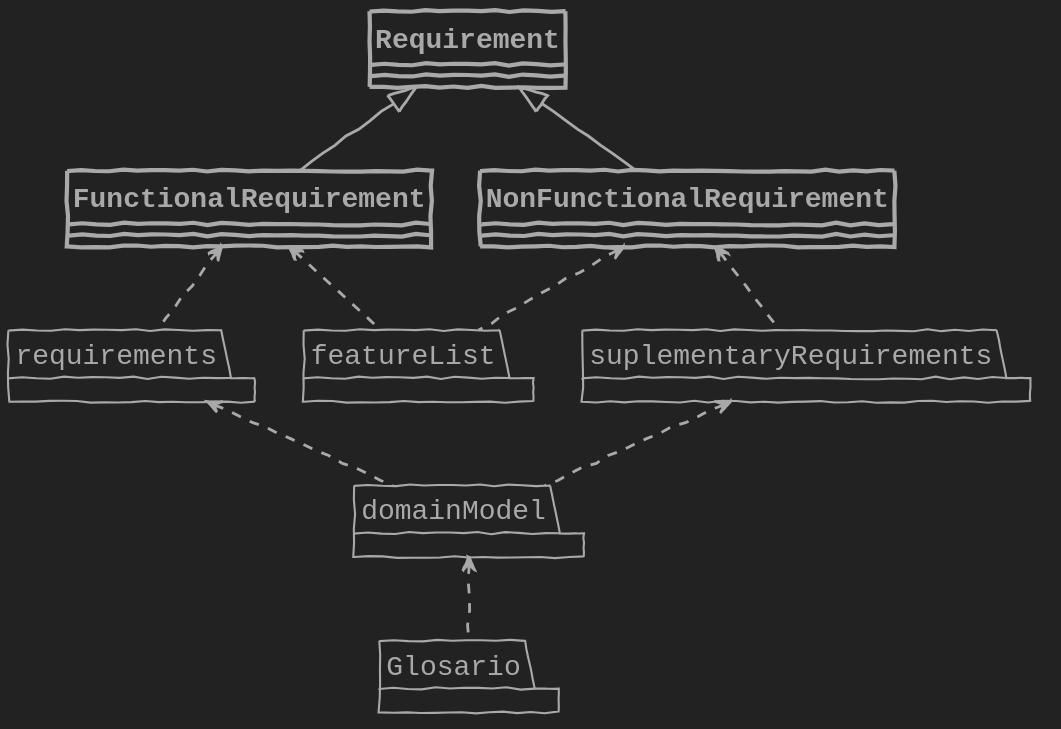
USantaTecla-0-general/3-publicaciones keeps this PlantUML diagram as USantaTecla/5-rup/1-requisitos/images/EncontrarActoresCasosDeUso2.svg. Above is the earlier version.
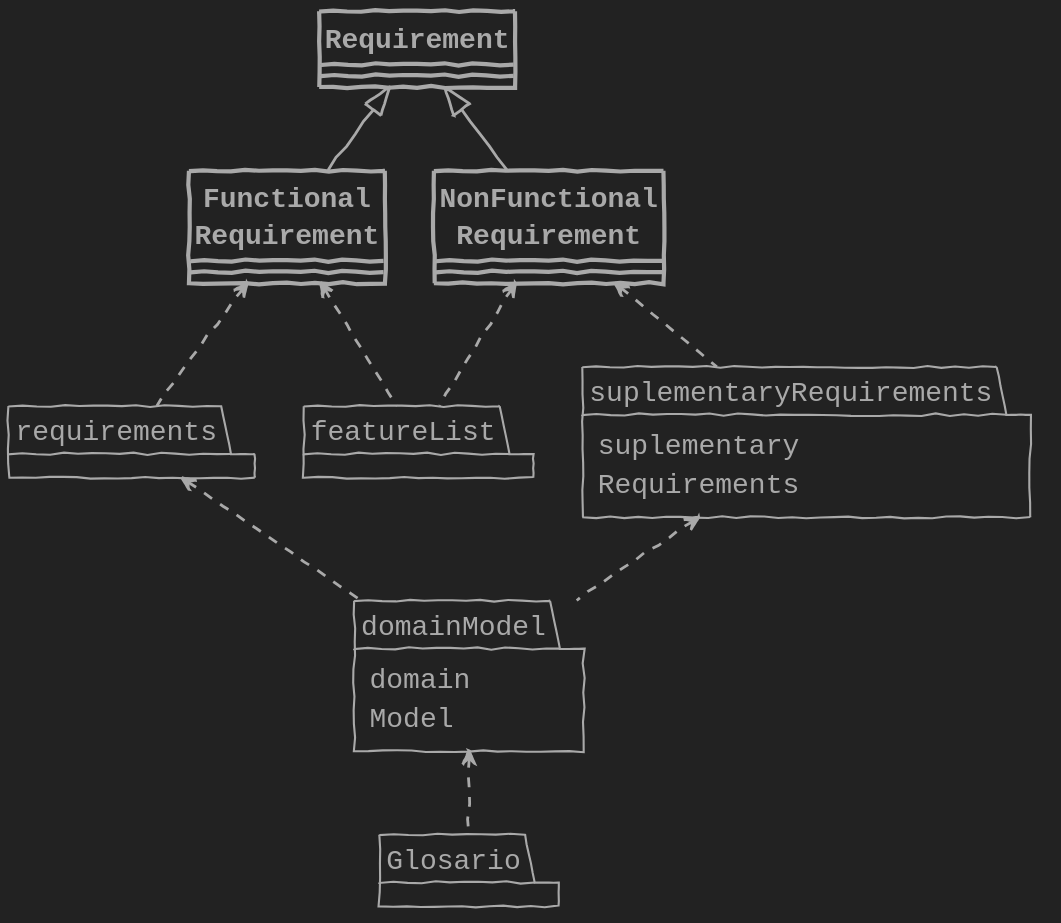
The same file after the commit.

What changed in the source:
```diff
@@ -39,12 +39,12 @@
     FontColor #DarkGrey
 }
 class Requirement
-class FunctionalRequirement
-class NonFunctionalRequirement
+class "Functional\nRequirement" as FunctionalRequirement
+class "NonFunctional\nRequirement" as NonFunctionalRequirement
 package requirements
 package featureList
-package suplementaryRequirements
-package domainModel
+package "suplementary\nRequirements" as suplementaryRequirements
+package "domain\nModel" as domainModel
 package Glosario
 
 Requirement <|-down- FunctionalRequirement
```
